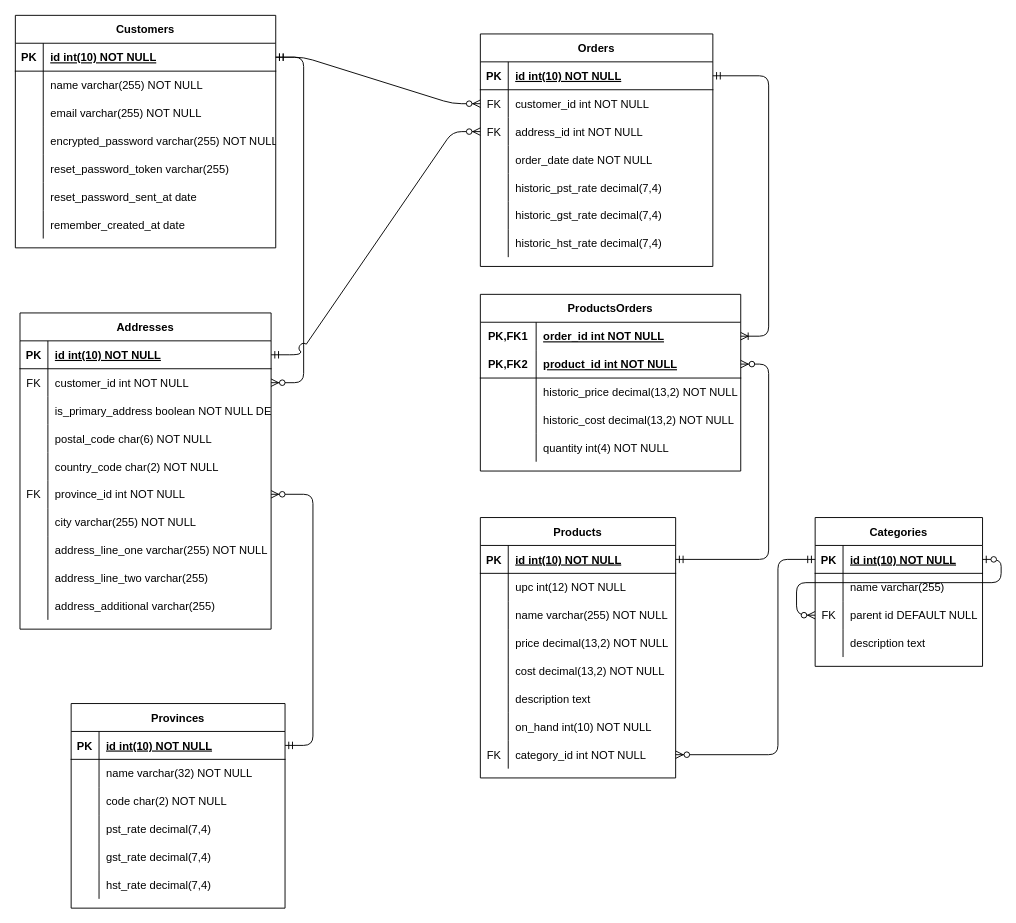
Before: db/diagram/ECommerce ERD.drawio in Brodur/rails-ecommerce-project, a draw.io diagram. Source tidied: cells renumbered, new cells numbered last; positions are measured from the earlier drawing's top-left corner, leaving out a move shared by most shapes. Both pictures are drawn from the tidied source at 93%, with x=0, y=0 at pixel (15, 15).
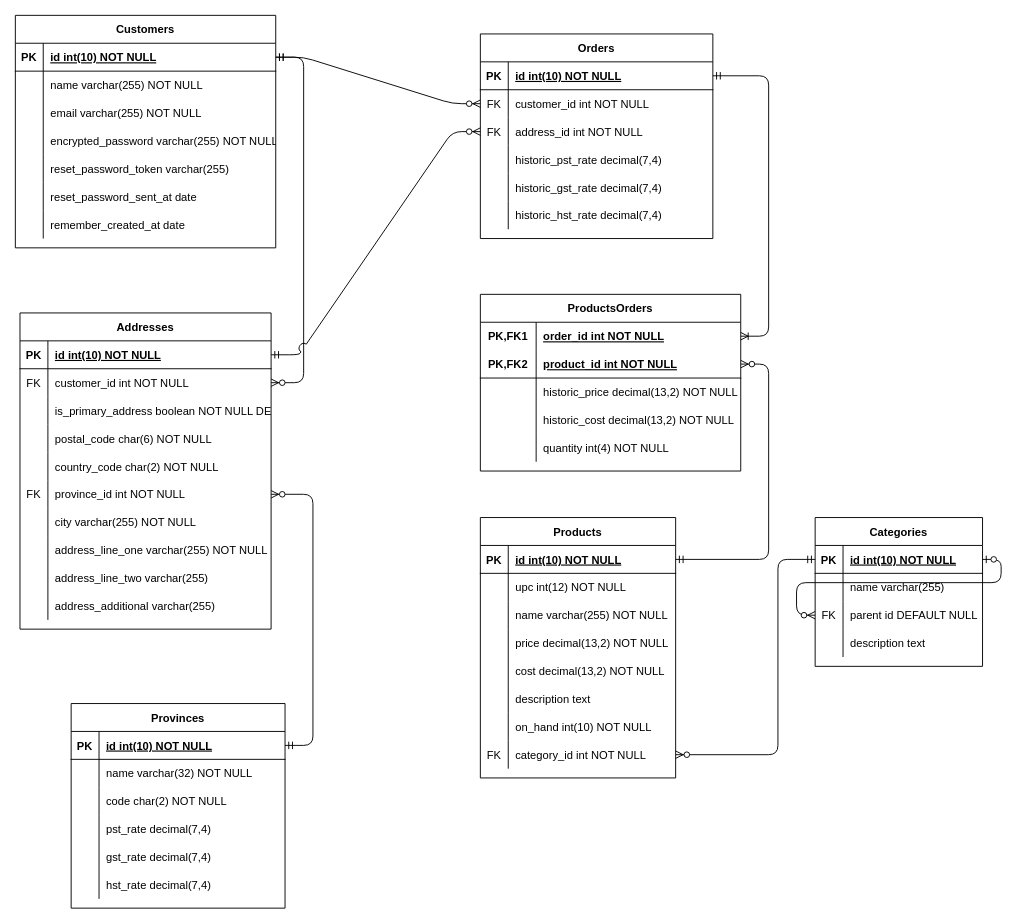
Above is the later version.

Commit message (it also covers changes not shown here):
Removed order_date from orders, using created_at in its place

Change to the diagram source:
```diff
@@
     <mxCell id="2" value="Orders" style="shape=table;startSize=30;childLayout=tableLayout;rowLines=0;fontStyle=1;align=center;" parent="1" vertex="1">
-      <mxGeometry x="500" y="20" width="250" height="250" as="geometry" />
+      <mxGeometry x="500" y="20" width="250" height="220" as="geometry" />
     </mxCell>
@@
-    <mxCell id="12" style="shape=partialRectangle;fillColor=none;top=0;left=0;right=0;bottom=0;" parent="2" vertex="1">
-      <mxGeometry y="120" width="250" height="30" as="geometry" />
-    </mxCell>
-    <mxCell id="13" style="shape=partialRectangle;overflow=hidden;fillColor=none;top=0;left=0;bottom=0;right=0;" parent="12" vertex="1">
-      <mxGeometry width="30" height="30" as="geometry" />
-    </mxCell>
-    <mxCell id="14" value="order_date date NOT NULL" style="shape=partialRectangle;overflow=hidden;fillColor=none;top=0;left=0;bottom=0;right=0;align=left;spacingLeft=6;" parent="12" vertex="1">
-      <mxGeometry x="30" width="220" height="30" as="geometry" />
-    </mxCell>
     <mxCell id="15" style="shape=partialRectangle;fillColor=none;top=0;left=0;bottom=0;right=0;" parent="2" vertex="1">
-      <mxGeometry y="150" width="250" height="30" as="geometry" />
+      <mxGeometry y="120" width="250" height="30" as="geometry" />
     </mxCell>
@@
     <mxCell id="18" style="shape=partialRectangle;fillColor=none;top=0;left=0;bottom=0;right=0;" parent="2" vertex="1">
-      <mxGeometry y="180" width="250" height="30" as="geometry" />
+      <mxGeometry y="150" width="250" height="30" as="geometry" />
     </mxCell>
@@
     <mxCell id="21" style="shape=partialRectangle;fillColor=none;top=0;left=0;bottom=0;right=0;" parent="2" vertex="1">
-      <mxGeometry y="210" width="250" height="30" as="geometry" />
+      <mxGeometry y="180" width="250" height="30" as="geometry" />
     </mxCell>
```
